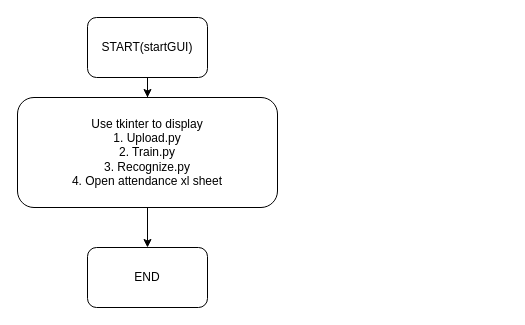
This is Documentation/Flow Diagram/2.runGUI.drawio from prashantsingh2408/Face-Recognition-Attendance-System, a draw.io file, before an edit. Source tidied: cells renumbered, new cells numbered last; positions are measured from the earlier drawing's top-left corner, leaving out a move shared by most shapes. Both pictures are drawn from the tidied source at 100%, with x=0, y=0 at pixel (17, 17).
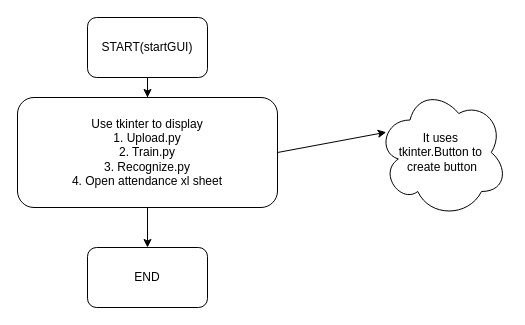
The same diagram, later.

The edit, as a diff of the source:
```diff
@@
 <mxGraphModel>
   <root>
     <mxCell id="0" />
     <mxCell id="1" parent="0" />
     <mxCell id="2" style="edgeStyle=orthogonalEdgeStyle;rounded=0;jettySize=auto;html=1;" parent="1" edge="1" source="3" target="5">
       <mxGeometry relative="1" as="geometry" />
     </mxCell>
     <mxCell id="3" value="START(startGUI)" style="rounded=1;whiteSpace=wrap;html=1;" parent="1" vertex="1">
       <mxGeometry x="70" width="120" height="60" as="geometry" />
     </mxCell>
     <mxCell id="4" style="edgeStyle=orthogonalEdgeStyle;rounded=0;jettySize=auto;html=1;" parent="1" edge="1" source="5" target="6">
       <mxGeometry relative="1" as="geometry" />
     </mxCell>
     <mxCell id="5" value="Use tkinter to display&lt;br&gt;1. Upload.py&lt;br&gt;2. Train.py&lt;br&gt;3. Recognize.py&lt;br&gt;4. Open attendance xl sheet" style="whiteSpace=wrap;html=1;rounded=1;" parent="1" vertex="1">
       <mxGeometry y="80" width="260" height="110" as="geometry" />
     </mxCell>
     <mxCell id="6" value="END" style="rounded=1;whiteSpace=wrap;html=1;" parent="1" vertex="1">
       <mxGeometry x="70" y="230" width="120" height="60" as="geometry" />
     </mxCell>
+    <mxCell id="7" style="endArrow=classic;html=1;exitX=1;exitY=0.5;exitDx=0;exitDy=0;entryX=0.067;entryY=0.344;entryDx=0;entryDy=0;entryPerimeter=0;" parent="1" edge="1" source="5" target="8">
+      <mxGeometry relative="1" as="geometry" />
+    </mxCell>
+    <mxCell id="8" value="It uses&amp;nbsp;&lt;br&gt;tkinter.Button to&amp;nbsp;&lt;br&gt;create button" style="ellipse;shape=cloud;whiteSpace=wrap;html=1;" parent="1" vertex="1">
+      <mxGeometry x="360" y="70" width="130" height="130" as="geometry" />
+    </mxCell>
   </root>
 </mxGraphModel>
```
